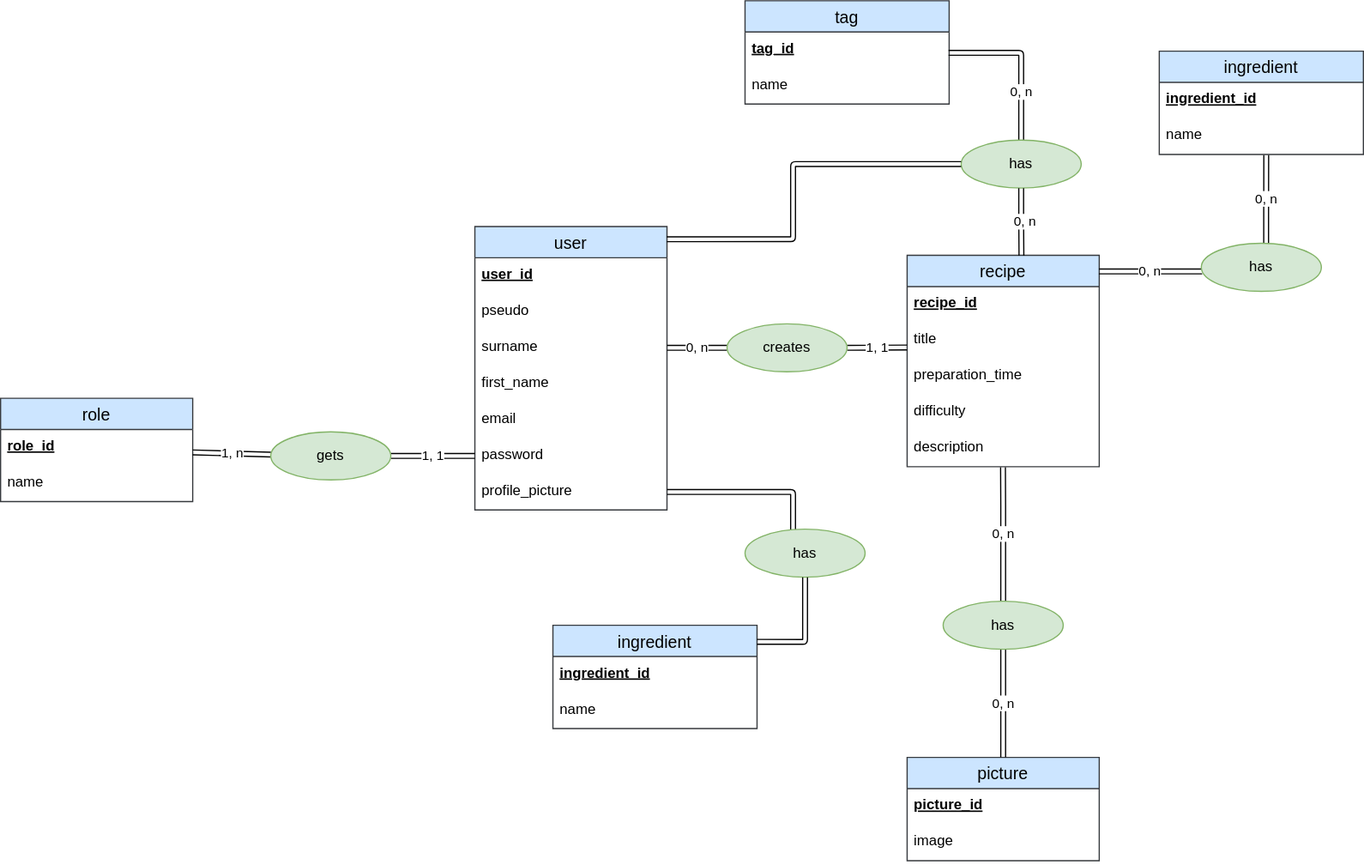
Earlier version of the draw.io export code/server/merise/MCD_le_reseau_des_gourmets.drawio.svg (TigerSnowy/le_reseau_des_gourmets). Source tidied: cells renumbered, new cells last; positions are measured from the earlier drawing's top-left corner, leaving out a move shared by most shapes.
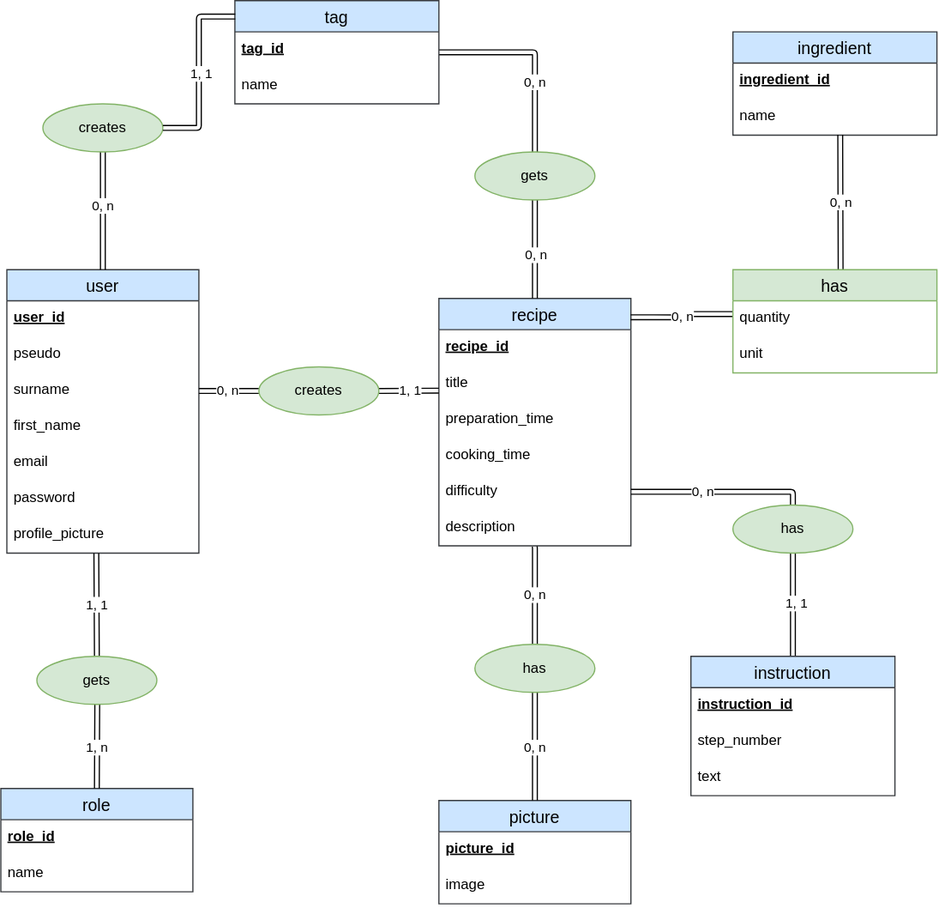
Later version of the same file.

Change to the diagram source:
```diff
@@ -27,7 +27,7 @@
       <mxGeometry y="206" width="160" height="30" as="geometry" />
     </mxCell>
     <mxCell id="10" value="recipe" style="swimlane;fontStyle=0;horizontal=1;startSize=26;align=center;fontSize=14;swimlaneFillColor=default;fillColor=#cce5ff;strokeColor=#36393d;" parent="1" vertex="1">
-      <mxGeometry x="755" y="212" width="160" height="176" as="geometry" />
+      <mxGeometry x="755" y="212" width="160" height="206" as="geometry" />
     </mxCell>
     <mxCell id="11" value="recipe_id" style="text;strokeColor=none;fillColor=none;spacingLeft=4;spacingRight=4;overflow=hidden;fontSize=12;fontStyle=5;" parent="10" vertex="1">
       <mxGeometry y="26" width="160" height="30" as="geometry" />
@@ -38,11 +38,14 @@
     <mxCell id="13" value="preparation_time" style="text;strokeColor=none;fillColor=none;spacingLeft=4;spacingRight=4;overflow=hidden;fontSize=12;" parent="10" vertex="1">
       <mxGeometry y="86" width="160" height="30" as="geometry" />
     </mxCell>
+    <mxCell id="53" value="cooking_time" style="text;strokeColor=none;fillColor=none;spacingLeft=4;spacingRight=4;overflow=hidden;fontSize=12;" parent="10" vertex="1">
+      <mxGeometry y="116" width="160" height="30" as="geometry" />
+    </mxCell>
     <mxCell id="14" value="difficulty" style="text;strokeColor=none;fillColor=none;spacingLeft=4;spacingRight=4;overflow=hidden;fontSize=12;" parent="10" vertex="1">
-      <mxGeometry y="116" width="160" height="30" as="geometry" />
+      <mxGeometry y="146" width="160" height="30" as="geometry" />
     </mxCell>
     <mxCell id="15" value="description" style="text;strokeColor=none;fillColor=none;spacingLeft=4;spacingRight=4;overflow=hidden;points=[[0,0.5],[1,0.5]];portConstraint=eastwest;fontSize=12;" parent="10" vertex="1">
-      <mxGeometry y="146" width="160" height="30" as="geometry" />
+      <mxGeometry y="176" width="160" height="30" as="geometry" />
     </mxCell>
     <mxCell id="16" value="1, 1" style="edgeStyle=none;html=1;entryX=0;entryY=0.691;entryDx=0;entryDy=0;shape=link;entryPerimeter=0;" parent="1" edge="1" source="18" target="12">
       <mxGeometry relative="1" as="geometry" />
@@ -54,7 +57,7 @@
       <mxGeometry x="605" y="269" width="100" height="40" as="geometry" />
     </mxCell>
     <mxCell id="19" value="role" style="swimlane;fontStyle=0;horizontal=1;startSize=26;align=center;fontSize=14;swimlaneFillColor=default;fillColor=#cce5ff;strokeColor=#36393d;" parent="1" vertex="1">
-      <mxGeometry y="331" width="160" height="86" as="geometry" />
+      <mxGeometry x="390" y="620" width="160" height="86" as="geometry" />
     </mxCell>
     <mxCell id="20" value="role_id" style="text;strokeColor=none;fillColor=none;spacingLeft=4;spacingRight=4;overflow=hidden;fontSize=12;fontStyle=5;" parent="19" vertex="1">
       <mxGeometry y="26" width="160" height="30" as="geometry" />
@@ -62,14 +65,14 @@
     <mxCell id="21" value="name" style="text;strokeColor=none;fillColor=none;spacingLeft=4;spacingRight=4;overflow=hidden;fontSize=12;" parent="19" vertex="1">
       <mxGeometry y="56" width="160" height="30" as="geometry" />
     </mxCell>
-    <mxCell id="22" value="1, 1" style="edgeStyle=none;shape=link;html=1;strokeColor=default;fontColor=default;entryX=0;entryY=0.5;entryDx=0;entryDy=0;exitX=1;exitY=0.5;exitDx=0;exitDy=0;" parent="1" edge="1" source="24" target="8">
+    <mxCell id="22" value="1, 1" style="edgeStyle=none;shape=link;html=1;strokeColor=default;fontColor=default;entryX=0.466;entryY=1.009;entryDx=0;entryDy=0;exitX=0.5;exitY=0;exitDx=0;exitDy=0;entryPerimeter=0;" parent="1" edge="1" source="24" target="9">
       <mxGeometry relative="1" as="geometry" />
     </mxCell>
     <mxCell id="23" value="1, n" style="edgeStyle=none;shape=link;html=1;strokeColor=default;fontColor=default;" parent="1" edge="1" source="24" target="19">
       <mxGeometry relative="1" as="geometry" />
     </mxCell>
     <mxCell id="24" value="gets" style="ellipse;whiteSpace=wrap;html=1;align=center;fillColor=#d5e8d4;strokeColor=#82b366;" parent="1" vertex="1">
-      <mxGeometry x="225" y="359" width="100" height="40" as="geometry" />
+      <mxGeometry x="420" y="510" width="100" height="40" as="geometry" />
     </mxCell>
     <mxCell id="25" value="0, n" style="edgeStyle=orthogonalEdgeStyle;html=1;entryX=0.499;entryY=1.015;entryDx=0;entryDy=0;shape=link;entryPerimeter=0;exitX=0.5;exitY=0;exitDx=0;exitDy=0;" parent="1" edge="1" source="37" target="15">
       <mxGeometry relative="1" as="geometry">
@@ -79,7 +82,7 @@
       </mxGeometry>
     </mxCell>
     <mxCell id="26" value="ingredient" style="swimlane;fontStyle=0;horizontal=1;startSize=26;align=center;fontSize=14;swimlaneFillColor=default;fillColor=#cce5ff;strokeColor=#36393d;" parent="1" vertex="1">
-      <mxGeometry x="965" y="42" width="170" height="86" as="geometry" />
+      <mxGeometry x="1000" y="-10" width="170" height="86" as="geometry" />
     </mxCell>
     <mxCell id="27" value="ingredient_id" style="text;strokeColor=none;fillColor=none;spacingLeft=4;spacingRight=4;overflow=hidden;fontSize=12;fontStyle=5;" parent="26" vertex="1">
       <mxGeometry y="26" width="170" height="30" as="geometry" />
@@ -87,24 +90,22 @@
     <mxCell id="28" value="name" style="text;strokeColor=none;fillColor=none;spacingLeft=4;spacingRight=4;overflow=hidden;points=[[0,0.5],[1,0.5]];portConstraint=eastwest;fontSize=12;" parent="26" vertex="1">
       <mxGeometry y="56" width="170" height="30" as="geometry" />
     </mxCell>
-    <mxCell id="29" value="0, n" style="edgeStyle=orthogonalEdgeStyle;html=1;entryX=0.524;entryY=1.017;entryDx=0;entryDy=0;entryPerimeter=0;startArrow=none;startFill=0;endArrow=none;endFill=0;shape=link;" parent="1" edge="1" source="31" target="28">
+    <mxCell id="29" value="0, n" style="edgeStyle=orthogonalEdgeStyle;html=1;startArrow=none;startFill=0;endArrow=none;endFill=0;shape=link;entryX=0.526;entryY=0.992;entryDx=0;entryDy=0;entryPerimeter=0;exitX=0.528;exitY=0.013;exitDx=0;exitDy=0;exitPerimeter=0;" parent="1" edge="1" source="73" target="28">
       <mxGeometry relative="1" as="geometry">
         <Array as="points">
-          <mxPoint x="1054" y="180" />
-          <mxPoint x="1054" y="180" />
+          <mxPoint x="1090" y="188" />
+          <mxPoint x="1089" y="188" />
         </Array>
       </mxGeometry>
     </mxCell>
-    <mxCell id="30" value="0, n" style="edgeStyle=orthogonalEdgeStyle;shape=link;html=1;entryX=0.998;entryY=0.076;entryDx=0;entryDy=0;entryPerimeter=0;startArrow=none;startFill=0;endArrow=none;endFill=0;" parent="1" edge="1" source="31" target="10">
+    <mxCell id="30" value="0, n" style="edgeStyle=orthogonalEdgeStyle;shape=link;html=1;entryX=0.998;entryY=0.076;entryDx=0;entryDy=0;entryPerimeter=0;startArrow=none;startFill=0;endArrow=none;endFill=0;" parent="1" edge="1" target="10">
       <mxGeometry relative="1" as="geometry">
+        <mxPoint x="1000.6" y="225" as="sourcePoint" />
         <Array as="points">
           <mxPoint x="958" y="225" />
         </Array>
       </mxGeometry>
     </mxCell>
-    <mxCell id="31" value="has" style="ellipse;whiteSpace=wrap;html=1;align=center;fillColor=#d5e8d4;strokeColor=#82b366;" parent="1" vertex="1">
-      <mxGeometry x="1000" y="202" width="100" height="40" as="geometry" />
-    </mxCell>
     <mxCell id="32" value="picture" style="swimlane;fontStyle=0;horizontal=1;startSize=26;align=center;fontSize=14;swimlaneFillColor=default;fillColor=#cce5ff;strokeColor=#36393d;" parent="1" vertex="1">
       <mxGeometry x="755" y="630" width="160" height="86" as="geometry" />
     </mxCell>
@@ -123,8 +124,14 @@
     <mxCell id="37" value="has" style="ellipse;whiteSpace=wrap;html=1;align=center;fillColor=#d5e8d4;strokeColor=#82b366;" parent="1" vertex="1">
       <mxGeometry x="785" y="500" width="100" height="40" as="geometry" />
     </mxCell>
+    <mxCell id="54" style="edgeStyle=orthogonalEdgeStyle;html=1;entryX=0.5;entryY=0;entryDx=0;entryDy=0;shape=link;" parent="1" edge="1" source="38" target="72">
+      <mxGeometry relative="1" as="geometry" />
+    </mxCell>
+    <mxCell id="55" value="0, n" style="edgeLabel;html=1;align=center;verticalAlign=middle;" parent="54" vertex="1">
+      <mxGeometry x="0.29" y="-1" relative="1" as="geometry" />
+    </mxCell>
     <mxCell id="38" value="tag" style="swimlane;fontStyle=0;horizontal=1;startSize=26;align=center;fontSize=14;swimlaneFillColor=default;fillColor=#cce5ff;strokeColor=#36393d;" parent="1" vertex="1">
-      <mxGeometry x="620" width="170" height="86" as="geometry" />
+      <mxGeometry x="585" y="-36" width="170" height="86" as="geometry" />
     </mxCell>
     <mxCell id="39" value="tag_id" style="text;strokeColor=none;fillColor=none;spacingLeft=4;spacingRight=4;overflow=hidden;points=[[0,0.5],[1,0.5]];portConstraint=eastwest;fontSize=12;fontStyle=5;" parent="38" vertex="1">
       <mxGeometry y="26" width="170" height="30" as="geometry" />
@@ -132,58 +139,70 @@
     <mxCell id="40" value="name" style="text;strokeColor=none;fillColor=none;spacingLeft=4;spacingRight=4;overflow=hidden;fontSize=12;" parent="38" vertex="1">
       <mxGeometry y="56" width="170" height="30" as="geometry" />
     </mxCell>
-    <mxCell id="41" style="edgeStyle=orthogonalEdgeStyle;html=1;entryX=0.5;entryY=0;entryDx=0;entryDy=0;shape=link;exitX=0.997;exitY=0.581;exitDx=0;exitDy=0;exitPerimeter=0;" parent="1" edge="1" source="39" target="43">
-      <mxGeometry relative="1" as="geometry">
-        <Array as="points">
-          <mxPoint x="850" y="43" />
-        </Array>
-      </mxGeometry>
-    </mxCell>
-    <mxCell id="42" value="0, n" style="edgeLabel;html=1;align=center;verticalAlign=middle;" parent="41" vertex="1">
-      <mxGeometry x="0.39" relative="1" as="geometry" />
-    </mxCell>
-    <mxCell id="43" value="has" style="ellipse;whiteSpace=wrap;html=1;align=center;fillColor=#d5e8d4;strokeColor=#82b366;" parent="1" vertex="1">
-      <mxGeometry x="800" y="116" width="100" height="40" as="geometry" />
-    </mxCell>
-    <mxCell id="44" style="edgeStyle=orthogonalEdgeStyle;html=1;entryX=0.595;entryY=0.002;entryDx=0;entryDy=0;entryPerimeter=0;shape=link;" parent="1" edge="1" source="43" target="10">
-      <mxGeometry relative="1" as="geometry" />
-    </mxCell>
-    <mxCell id="45" value="0, n" style="edgeLabel;html=1;align=center;verticalAlign=middle;" parent="44" vertex="1">
-      <mxGeometry x="-0.04" y="3" relative="1" as="geometry" />
-    </mxCell>
-    <mxCell id="46" value="ingredient" style="swimlane;fontStyle=0;horizontal=1;startSize=26;align=center;fontSize=14;swimlaneFillColor=default;fillColor=#cce5ff;strokeColor=#36393d;" parent="1" vertex="1">
-      <mxGeometry x="460" y="520" width="170" height="86" as="geometry" />
-    </mxCell>
-    <mxCell id="47" value="ingredient_id" style="text;strokeColor=none;fillColor=none;spacingLeft=4;spacingRight=4;overflow=hidden;fontSize=12;fontStyle=5;" parent="46" vertex="1">
-      <mxGeometry y="26" width="170" height="30" as="geometry" />
-    </mxCell>
-    <mxCell id="48" value="name" style="text;strokeColor=none;fillColor=none;spacingLeft=4;spacingRight=4;overflow=hidden;fontSize=12;" parent="46" vertex="1">
-      <mxGeometry y="56" width="170" height="30" as="geometry" />
-    </mxCell>
-    <mxCell id="49" style="edgeStyle=orthogonalEdgeStyle;html=1;entryX=1;entryY=0.5;entryDx=0;entryDy=0;shape=link;" parent="1" edge="1" source="50" target="9">
-      <mxGeometry relative="1" as="geometry">
-        <Array as="points">
-          <mxPoint x="660" y="409" />
-        </Array>
-      </mxGeometry>
-    </mxCell>
-    <mxCell id="50" value="has" style="ellipse;whiteSpace=wrap;html=1;align=center;fillColor=#d5e8d4;strokeColor=#82b366;" parent="1" vertex="1">
-      <mxGeometry x="620" y="440" width="100" height="40" as="geometry" />
-    </mxCell>
-    <mxCell id="51" style="edgeStyle=orthogonalEdgeStyle;html=1;entryX=0.999;entryY=0.16;entryDx=0;entryDy=0;entryPerimeter=0;shape=link;" parent="1" edge="1" source="50" target="46">
-      <mxGeometry relative="1" as="geometry">
-        <Array as="points">
-          <mxPoint x="670" y="534" />
-        </Array>
-      </mxGeometry>
-    </mxCell>
-    <mxCell id="52" style="edgeStyle=orthogonalEdgeStyle;html=1;entryX=0.998;entryY=0.045;entryDx=0;entryDy=0;entryPerimeter=0;shape=link;" parent="1" edge="1" source="43" target="2">
-      <mxGeometry relative="1" as="geometry">
-        <Array as="points">
-          <mxPoint x="660" y="136" />
-          <mxPoint x="660" y="199" />
-        </Array>
-      </mxGeometry>
-    </mxCell>
+    <mxCell id="56" style="edgeStyle=orthogonalEdgeStyle;html=1;entryX=0.5;entryY=1;entryDx=0;entryDy=0;shape=link;" parent="1" edge="1" source="58" target="64">
+      <mxGeometry relative="1" as="geometry" />
+    </mxCell>
+    <mxCell id="57" value="1, 1" style="edgeLabel;html=1;align=center;verticalAlign=middle;" parent="56" vertex="1">
+      <mxGeometry x="0.02" y="-2" relative="1" as="geometry" />
+    </mxCell>
+    <mxCell id="58" value="instruction" style="swimlane;fontStyle=0;horizontal=1;startSize=26;align=center;fontSize=14;swimlaneFillColor=default;fillColor=#cce5ff;strokeColor=#36393d;" parent="1" vertex="1">
+      <mxGeometry x="965" y="510" width="170" height="116" as="geometry" />
+    </mxCell>
+    <mxCell id="59" value="instruction_id" style="text;strokeColor=none;fillColor=none;spacingLeft=4;spacingRight=4;overflow=hidden;fontSize=12;fontStyle=5;" parent="58" vertex="1">
+      <mxGeometry y="26" width="170" height="30" as="geometry" />
+    </mxCell>
+    <mxCell id="60" value="step_number" style="text;strokeColor=none;fillColor=none;spacingLeft=4;spacingRight=4;overflow=hidden;fontSize=12;" parent="58" vertex="1">
+      <mxGeometry y="56" width="170" height="30" as="geometry" />
+    </mxCell>
+    <mxCell id="61" value="text" style="text;strokeColor=none;fillColor=none;spacingLeft=4;spacingRight=4;overflow=hidden;fontSize=12;" parent="58" vertex="1">
+      <mxGeometry y="86" width="170" height="30" as="geometry" />
+    </mxCell>
+    <mxCell id="62" style="edgeStyle=orthogonalEdgeStyle;html=1;shape=link;" parent="1" edge="1" source="64">
+      <mxGeometry relative="1" as="geometry">
+        <mxPoint x="915" y="373" as="targetPoint" />
+        <Array as="points">
+          <mxPoint x="1050" y="373" />
+        </Array>
+      </mxGeometry>
+    </mxCell>
+    <mxCell id="63" value="0, n" style="edgeLabel;html=1;align=center;verticalAlign=middle;" parent="62" vertex="1">
+      <mxGeometry x="0.19" y="-1" relative="1" as="geometry" />
+    </mxCell>
+    <mxCell id="64" value="has" style="ellipse;whiteSpace=wrap;html=1;align=center;fillColor=#d5e8d4;strokeColor=#82b366;" parent="1" vertex="1">
+      <mxGeometry x="1000" y="384" width="100" height="40" as="geometry" />
+    </mxCell>
+    <mxCell id="65" style="edgeStyle=orthogonalEdgeStyle;html=1;entryX=0.5;entryY=0;entryDx=0;entryDy=0;shape=link;" parent="1" edge="1" source="67" target="2">
+      <mxGeometry relative="1" as="geometry" />
+    </mxCell>
+    <mxCell id="66" value="0, n" style="edgeLabel;html=1;align=center;verticalAlign=middle;" parent="65" vertex="1">
+      <mxGeometry x="-0.08" y="-1" relative="1" as="geometry" />
+    </mxCell>
+    <mxCell id="67" value="creates" style="ellipse;whiteSpace=wrap;html=1;align=center;fillColor=#d5e8d4;strokeColor=#82b366;" parent="1" vertex="1">
+      <mxGeometry x="425" y="50" width="100" height="40" as="geometry" />
+    </mxCell>
+    <mxCell id="68" style="edgeStyle=orthogonalEdgeStyle;html=1;entryX=0.002;entryY=0.155;entryDx=0;entryDy=0;entryPerimeter=0;shape=link;" parent="1" edge="1" source="67" target="38">
+      <mxGeometry relative="1" as="geometry" />
+    </mxCell>
+    <mxCell id="69" value="1, 1" style="edgeLabel;html=1;align=center;verticalAlign=middle;" parent="68" vertex="1">
+      <mxGeometry y="-1" relative="1" as="geometry" />
+    </mxCell>
+    <mxCell id="70" style="edgeStyle=orthogonalEdgeStyle;html=1;entryX=0.5;entryY=0;entryDx=0;entryDy=0;shape=link;" parent="1" edge="1" source="72" target="10">
+      <mxGeometry relative="1" as="geometry" />
+    </mxCell>
+    <mxCell id="71" value="0, n" style="edgeLabel;html=1;align=center;verticalAlign=middle;" parent="70" vertex="1">
+      <mxGeometry x="0.1" relative="1" as="geometry" />
+    </mxCell>
+    <mxCell id="72" value="gets" style="ellipse;whiteSpace=wrap;html=1;align=center;fillColor=#d5e8d4;strokeColor=#82b366;" parent="1" vertex="1">
+      <mxGeometry x="785" y="90" width="100" height="40" as="geometry" />
+    </mxCell>
+    <mxCell id="73" value="has" style="swimlane;fontStyle=0;horizontal=1;startSize=26;align=center;fontSize=14;swimlaneFillColor=default;fillColor=#d5e8d4;strokeColor=#82b366;" parent="1" vertex="1">
+      <mxGeometry x="1000" y="188" width="170" height="86" as="geometry" />
+    </mxCell>
+    <mxCell id="74" value="quantity" style="text;strokeColor=none;fillColor=none;spacingLeft=4;spacingRight=4;overflow=hidden;fontSize=12;fontStyle=0;" parent="73" vertex="1">
+      <mxGeometry y="26" width="170" height="30" as="geometry" />
+    </mxCell>
+    <mxCell id="75" value="unit" style="text;strokeColor=none;fillColor=none;spacingLeft=4;spacingRight=4;overflow=hidden;fontSize=12;" parent="73" vertex="1">
+      <mxGeometry y="56" width="170" height="30" as="geometry" />
+    </mxCell>
   </root>
 </mxGraphModel>
```
